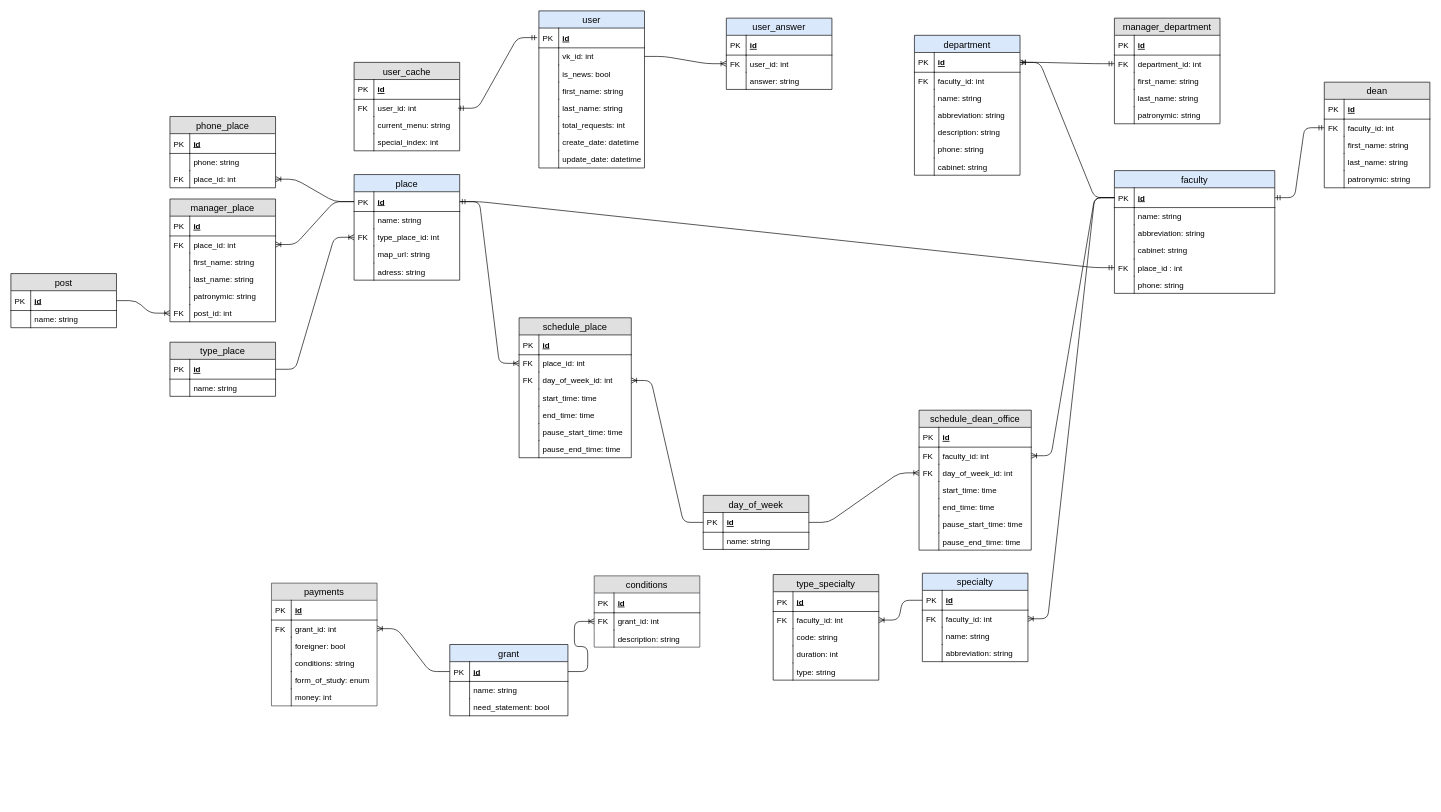
AlertRED/dstu-vk-bot keeps this draw.io diagram as page "БД" (1 of 2) of scheme.drawio. Above is the earlier version. Source tidied: cells renumbered, new cells numbered last; positions are measured from the earlier drawing's top-left corner, leaving out a move shared by most shapes. Both pictures are drawn from the tidied source at 66%, with x=0, y=0 at pixel (11, 11).
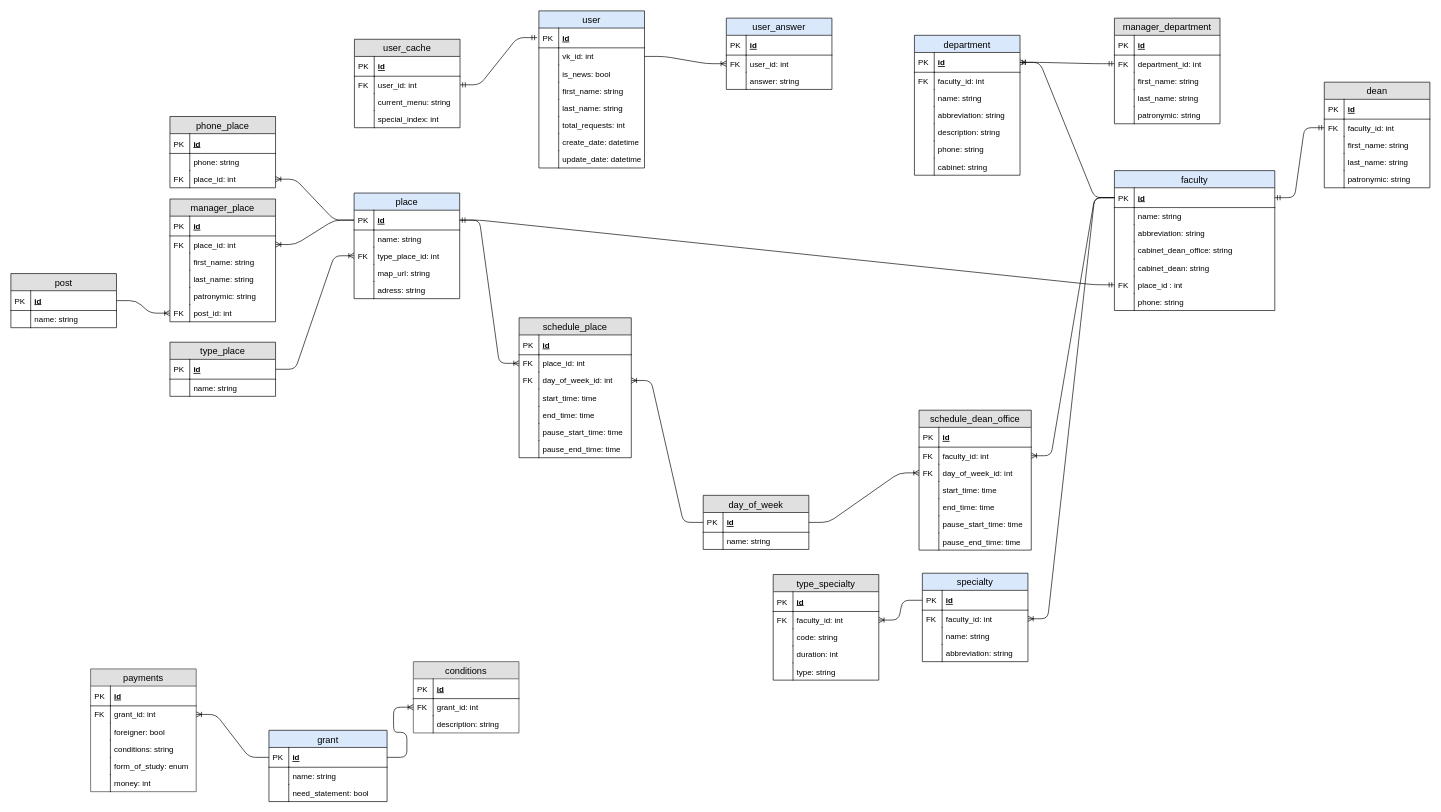
Above is the later version.

Unchanged cells that the change refers to:
```xml
<mxCell id="22" value="user_id: int" style="shape=partialRectangle;top=0;left=0;right=0;bottom=0;align=left;verticalAlign=top;fillColor=none;spacingLeft=34;spacingRight=4;overflow=hidden;points=[[0,0.5],[1,0.5]];portConstraint=eastwest;fontSize=12;" parent="19" vertex="1">
  <mxGeometry y="56" width="160" height="26" as="geometry" />
</mxCell>
```

What changed in the source:
```diff
@@
     <mxCell id="19" value="user_cache" style="swimlane;fontStyle=0;horizontal=1;startSize=26;fillColor=#e0e0e0;swimlaneFillColor=#ffffff;align=center;fontSize=14;" parent="1" vertex="1">
-      <mxGeometry x="520" y="78" width="160" height="134" as="geometry" />
+      <mxGeometry x="520.5" y="43" width="160" height="134" as="geometry" />
     </mxCell>
@@
-    <mxCell id="36" style="edgeStyle=entityRelationEdgeStyle;fontSize=12;html=1;endArrow=ERmandOne;startArrow=ERmandOne;entryX=0;entryY=0.5;entryDx=0;entryDy=0;exitX=1;exitY=0.5;exitDx=0;exitDy=0;" parent="1" edge="1">
+    <mxCell id="36" style="edgeStyle=entityRelationEdgeStyle;fontSize=12;html=1;endArrow=ERmandOne;startArrow=ERmandOne;entryX=0;entryY=0.5;entryDx=0;entryDy=0;exitX=1;exitY=0.5;exitDx=0;exitDy=0;" parent="1" edge="1" source="22">
       <mxGeometry relative="1" as="geometry">
-        <mxPoint x="677.5" y="147.5" as="sourcePoint" />
         <mxPoint x="797.5" y="40.5" as="targetPoint" />
       </mxGeometry>
     </mxCell>
     <mxCell id="37" value="place" style="swimlane;fontStyle=0;horizontal=1;startSize=26;fillColor=#dae8fc;swimlaneFillColor=#ffffff;align=center;fontSize=14;strokeColor=#000000;" parent="1" vertex="1">
-      <mxGeometry x="520" y="248" width="160" height="160" as="geometry" />
+      <mxGeometry x="520" y="276" width="160" height="160" as="geometry" />
     </mxCell>
@@
     <mxCell id="128" value="faculty" style="swimlane;fontStyle=0;horizontal=1;startSize=26;fillColor=#dae8fc;swimlaneFillColor=#ffffff;align=center;fontSize=14;strokeColor=#000000;" parent="1" vertex="1">
-      <mxGeometry x="1672" y="242" width="243" height="186" as="geometry" />
+      <mxGeometry x="1672" y="242" width="243" height="212" as="geometry" />
     </mxCell>
@@
-    <mxCell id="135" value="cabinet: string&#10;" style="shape=partialRectangle;top=0;left=0;right=0;bottom=0;align=left;verticalAlign=top;fillColor=none;spacingLeft=34;spacingRight=4;overflow=hidden;fontSize=12;" parent="128" vertex="1">
+    <mxCell id="135" value="cabinet_dean_office: string&#10;" style="shape=partialRectangle;top=0;left=0;right=0;bottom=0;align=left;verticalAlign=top;fillColor=none;spacingLeft=34;spacingRight=4;overflow=hidden;fontSize=12;" parent="128" vertex="1">
       <mxGeometry y="108" width="243" height="26" as="geometry" />
     </mxCell>
@@
+    <mxCell id="226" value="cabinet_dean: string&#10;" style="shape=partialRectangle;top=0;left=0;right=0;bottom=0;align=left;verticalAlign=top;fillColor=none;spacingLeft=34;spacingRight=4;overflow=hidden;fontSize=12;" parent="128" vertex="1">
+      <mxGeometry y="134" width="243" height="26" as="geometry" />
+    </mxCell>
+    <mxCell id="227" style="shape=partialRectangle;top=0;left=0;bottom=0;fillColor=none;align=left;verticalAlign=top;spacingLeft=4;spacingRight=4;overflow=hidden;fontSize=12;" parent="226" vertex="1">
+      <mxGeometry width="30" height="26" as="geometry" />
+    </mxCell>
     <mxCell id="137" value="place_id : int&#10;" style="shape=partialRectangle;top=0;left=0;right=0;bottom=0;align=left;verticalAlign=top;fillColor=none;spacingLeft=34;spacingRight=4;overflow=hidden;points=[[0,0.5],[1,0.5]];portConstraint=eastwest;fontSize=12;" parent="128" vertex="1">
-      <mxGeometry y="134" width="243" height="26" as="geometry" />
+      <mxGeometry y="160" width="243" height="26" as="geometry" />
     </mxCell>
@@
     <mxCell id="139" value="phone: string&#10;" style="shape=partialRectangle;top=0;left=0;right=0;bottom=0;align=left;verticalAlign=top;fillColor=none;spacingLeft=34;spacingRight=4;overflow=hidden;fontSize=12;" parent="128" vertex="1">
-      <mxGeometry y="160" width="243" height="26" as="geometry" />
+      <mxGeometry y="186" width="243" height="26" as="geometry" />
     </mxCell>
@@
     <mxCell id="143" value="grant" style="swimlane;fontStyle=0;horizontal=1;startSize=26;fillColor=#dae8fc;swimlaneFillColor=#ffffff;align=center;fontSize=14;strokeColor=#000000;" parent="1" vertex="1">
-      <mxGeometry x="665" y="960" width="179" height="108" as="geometry" />
+      <mxGeometry x="391" y="1090" width="179" height="108" as="geometry" />
     </mxCell>
@@
     <mxCell id="150" value="payments" style="swimlane;fontStyle=0;horizontal=1;startSize=26;fillColor=#E0E0E0;swimlaneFillColor=#ffffff;align=center;fontSize=14;strokeColor=#36393d;" parent="1" vertex="1">
-      <mxGeometry x="394.8" y="867" width="160" height="186" as="geometry" />
+      <mxGeometry x="120.8" y="997" width="160" height="186" as="geometry" />
     </mxCell>
@@
     <mxCell id="188" value="conditions" style="swimlane;fontStyle=0;horizontal=1;startSize=26;fillColor=#E0E0E0;swimlaneFillColor=#ffffff;align=center;fontSize=14;strokeColor=#36393d;" parent="1" vertex="1">
-      <mxGeometry x="883.8" y="856" width="160" height="108" as="geometry" />
+      <mxGeometry x="609.8" y="986" width="160" height="108" as="geometry" />
     </mxCell>
```
